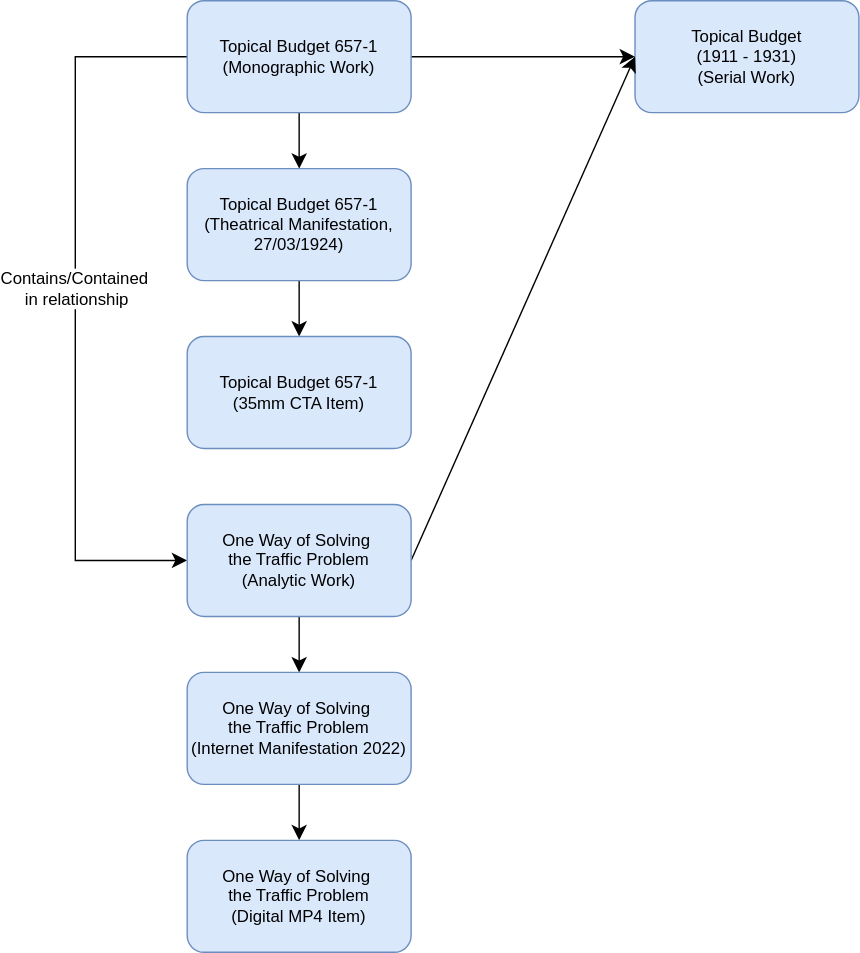
Before: markdown/diagrams/numb_15.drawio.svg, a diagram exported from draw.io (FIAF/fiaf-cataloguing-manual). Source tidied: cells renumbered, new cells last; positions are measured from the earlier drawing's top-left corner, leaving out a move shared by most shapes. Its diagram source:
```xml
<mxGraphModel>
  <root>
    <mxCell id="0" />
    <mxCell id="1" parent="0" />
    <mxCell id="2" value="&lt;div&gt;Topical Budget&lt;/div&gt;&lt;div&gt;(1911 - 1931)&lt;/div&gt;(Serial Work)" style="rounded=1;whiteSpace=wrap;html=1;fillColor=#dae8fc;strokeColor=#6c8ebf;" parent="1" vertex="1">
      <mxGeometry x="400" width="160" height="80" as="geometry" />
    </mxCell>
    <mxCell id="3" style="edgeStyle=none;curved=1;rounded=0;jettySize=auto;html=1;exitX=0.5;exitY=1;exitDx=0;exitDy=0;entryX=0.5;entryY=0;entryDx=0;entryDy=0;fontSize=12;startSize=8;endSize=8;" parent="1" edge="1" source="7" target="14">
      <mxGeometry relative="1" as="geometry" />
    </mxCell>
    <mxCell id="4" style="edgeStyle=orthogonalEdgeStyle;rounded=0;jettySize=auto;html=1;exitX=0;exitY=0.5;exitDx=0;exitDy=0;entryX=0;entryY=0.5;entryDx=0;entryDy=0;fontSize=12;startSize=8;endSize=8;" parent="1" edge="1" source="7" target="10">
      <mxGeometry relative="1" as="geometry">
        <Array as="points">
          <mxPoint y="40" />
          <mxPoint y="400" />
        </Array>
      </mxGeometry>
    </mxCell>
    <mxCell id="5" value="&lt;div&gt;Contains/Contained&amp;nbsp;&lt;/div&gt;&lt;div&gt;in relationship&lt;/div&gt;" style="edgeLabel;html=1;align=center;verticalAlign=middle;fontSize=12;" parent="4" vertex="1">
      <mxGeometry x="-0.06" y="1" relative="1" as="geometry" />
    </mxCell>
    <mxCell id="6" style="edgeStyle=none;curved=1;rounded=0;jettySize=auto;html=1;exitX=1;exitY=0.5;exitDx=0;exitDy=0;entryX=0;entryY=0.5;entryDx=0;entryDy=0;fontSize=12;startSize=8;endSize=8;" parent="1" edge="1" source="7" target="2">
      <mxGeometry relative="1" as="geometry" />
    </mxCell>
    <mxCell id="7" value="&lt;div&gt;Topical Budget 657-1&lt;/div&gt;(Monographic Work)" style="rounded=1;whiteSpace=wrap;html=1;fillColor=#dae8fc;strokeColor=#6c8ebf;" parent="1" vertex="1">
      <mxGeometry x="80" width="160" height="80" as="geometry" />
    </mxCell>
    <mxCell id="8" style="edgeStyle=none;curved=1;rounded=0;jettySize=auto;html=1;exitX=0.5;exitY=1;exitDx=0;exitDy=0;entryX=0.5;entryY=0;entryDx=0;entryDy=0;fontSize=12;startSize=8;endSize=8;" parent="1" edge="1" source="10" target="12">
      <mxGeometry relative="1" as="geometry" />
    </mxCell>
    <mxCell id="9" style="edgeStyle=none;curved=1;rounded=0;jettySize=auto;html=1;exitX=1;exitY=0.5;exitDx=0;exitDy=0;fontSize=12;startSize=8;endSize=8;" parent="1" edge="1" source="10">
      <mxGeometry relative="1" as="geometry">
        <mxPoint x="400" y="40" as="targetPoint" />
      </mxGeometry>
    </mxCell>
    <mxCell id="10" value="&lt;div&gt;One Way of Solving&amp;nbsp;&lt;/div&gt;&lt;div&gt;the Traffic Problem&lt;/div&gt;(Analytic Work)" style="rounded=1;whiteSpace=wrap;html=1;fillColor=#dae8fc;strokeColor=#6c8ebf;" parent="1" vertex="1">
      <mxGeometry x="80" y="360" width="160" height="80" as="geometry" />
    </mxCell>
    <mxCell id="11" style="edgeStyle=none;curved=1;rounded=0;jettySize=auto;html=1;exitX=0.5;exitY=1;exitDx=0;exitDy=0;fontSize=12;startSize=8;endSize=8;" parent="1" edge="1" source="12" target="16">
      <mxGeometry relative="1" as="geometry" />
    </mxCell>
    <mxCell id="12" value="&lt;div&gt;One Way of Solving&amp;nbsp;&lt;/div&gt;&lt;div&gt;the Traffic Problem&lt;/div&gt;(Internet Manifestation 2022)" style="rounded=1;whiteSpace=wrap;html=1;fillColor=#dae8fc;strokeColor=#6c8ebf;" parent="1" vertex="1">
      <mxGeometry x="80" y="480" width="160" height="80" as="geometry" />
    </mxCell>
    <mxCell id="13" style="edgeStyle=none;curved=1;rounded=0;jettySize=auto;html=1;exitX=0.5;exitY=1;exitDx=0;exitDy=0;entryX=0.5;entryY=0;entryDx=0;entryDy=0;fontSize=12;startSize=8;endSize=8;" parent="1" edge="1" source="14" target="15">
      <mxGeometry relative="1" as="geometry" />
    </mxCell>
    <mxCell id="14" value="&lt;div&gt;Topical Budget 657-1&lt;/div&gt;(Theatrical Manifestation, 27/03/1924)" style="rounded=1;whiteSpace=wrap;html=1;fillColor=#dae8fc;strokeColor=#6c8ebf;" parent="1" vertex="1">
      <mxGeometry x="80" y="120" width="160" height="80" as="geometry" />
    </mxCell>
    <mxCell id="15" value="&lt;div&gt;Topical Budget 657-1&lt;/div&gt;(35mm CTA Item)" style="rounded=1;whiteSpace=wrap;html=1;fillColor=#dae8fc;strokeColor=#6c8ebf;" parent="1" vertex="1">
      <mxGeometry x="80" y="240" width="160" height="80" as="geometry" />
    </mxCell>
    <mxCell id="16" value="&lt;div&gt;One Way of Solving&amp;nbsp;&lt;/div&gt;&lt;div&gt;the Traffic Problem&lt;/div&gt;(Digital MP4 Item)" style="rounded=1;whiteSpace=wrap;html=1;fillColor=#dae8fc;strokeColor=#6c8ebf;" parent="1" vertex="1">
      <mxGeometry x="80" y="600" width="160" height="80" as="geometry" />
    </mxCell>
  </root>
</mxGraphModel>
```
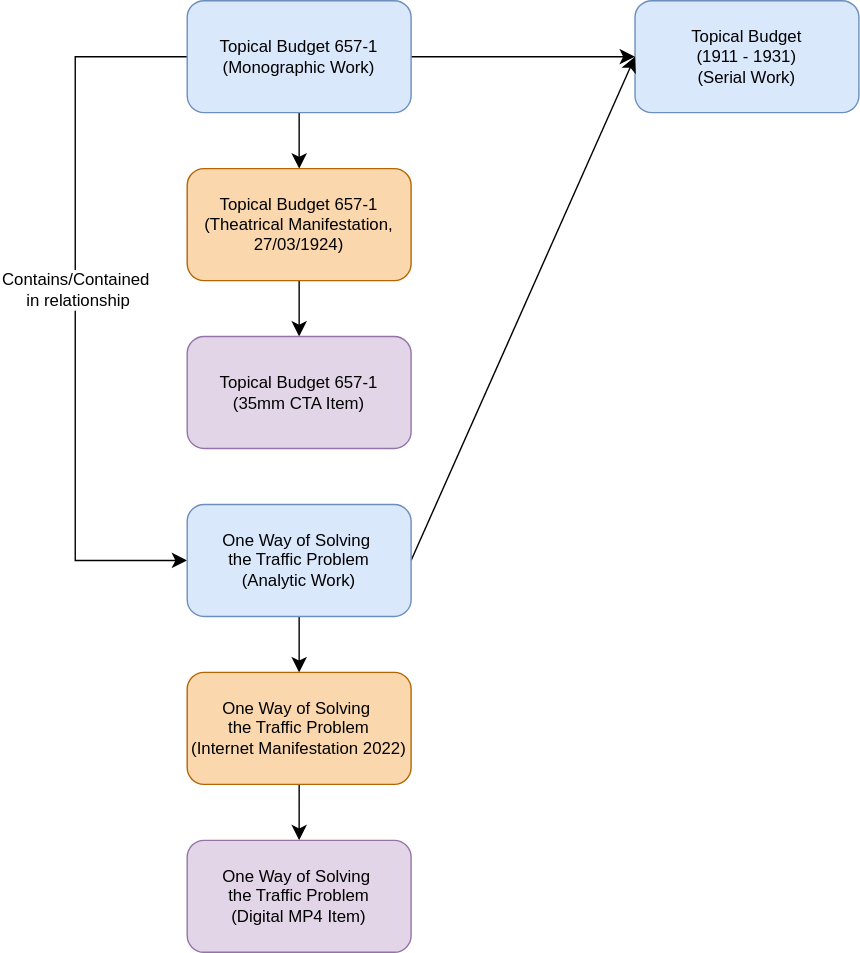
Later version of the same file.

Diff of the diagram source:
```diff
@@ -28,30 +28,30 @@
     <mxCell id="8" style="edgeStyle=none;curved=1;rounded=0;jettySize=auto;html=1;exitX=0.5;exitY=1;exitDx=0;exitDy=0;entryX=0.5;entryY=0;entryDx=0;entryDy=0;fontSize=12;startSize=8;endSize=8;" parent="1" edge="1" source="10" target="12">
       <mxGeometry relative="1" as="geometry" />
     </mxCell>
-    <mxCell id="9" style="edgeStyle=none;curved=1;rounded=0;jettySize=auto;html=1;exitX=1;exitY=0.5;exitDx=0;exitDy=0;fontSize=12;startSize=8;endSize=8;" parent="1" edge="1" source="10">
-      <mxGeometry relative="1" as="geometry">
-        <mxPoint x="400" y="40" as="targetPoint" />
-      </mxGeometry>
-    </mxCell>
+    <mxCell id="17" style="edgeStyle=none;curved=1;rounded=0;jettySize=auto;html=1;exitX=1;exitY=0.5;exitDx=0;exitDy=0;fontSize=12;startSize=8;endSize=8;" parent="1" edge="1" source="10">
+      <mxGeometry relative="1" as="geometry">
+        <mxPoint x="400" y="40" as="targetPoint" />
+      </mxGeometry>
+    </mxCell>
     <mxCell id="10" value="&lt;div&gt;One Way of Solving&amp;nbsp;&lt;/div&gt;&lt;div&gt;the Traffic Problem&lt;/div&gt;(Analytic Work)" style="rounded=1;whiteSpace=wrap;html=1;fillColor=#dae8fc;strokeColor=#6c8ebf;" parent="1" vertex="1">
       <mxGeometry x="80" y="360" width="160" height="80" as="geometry" />
     </mxCell>
     <mxCell id="11" style="edgeStyle=none;curved=1;rounded=0;jettySize=auto;html=1;exitX=0.5;exitY=1;exitDx=0;exitDy=0;fontSize=12;startSize=8;endSize=8;" parent="1" edge="1" source="12" target="16">
       <mxGeometry relative="1" as="geometry" />
     </mxCell>
-    <mxCell id="12" value="&lt;div&gt;One Way of Solving&amp;nbsp;&lt;/div&gt;&lt;div&gt;the Traffic Problem&lt;/div&gt;(Internet Manifestation 2022)" style="rounded=1;whiteSpace=wrap;html=1;fillColor=#dae8fc;strokeColor=#6c8ebf;" parent="1" vertex="1">
+    <mxCell id="12" value="&lt;div&gt;One Way of Solving&amp;nbsp;&lt;/div&gt;&lt;div&gt;the Traffic Problem&lt;/div&gt;(Internet Manifestation 2022)" style="rounded=1;whiteSpace=wrap;html=1;fillColor=#fad7ac;strokeColor=#b46504;" parent="1" vertex="1">
       <mxGeometry x="80" y="480" width="160" height="80" as="geometry" />
     </mxCell>
     <mxCell id="13" style="edgeStyle=none;curved=1;rounded=0;jettySize=auto;html=1;exitX=0.5;exitY=1;exitDx=0;exitDy=0;entryX=0.5;entryY=0;entryDx=0;entryDy=0;fontSize=12;startSize=8;endSize=8;" parent="1" edge="1" source="14" target="15">
       <mxGeometry relative="1" as="geometry" />
     </mxCell>
-    <mxCell id="14" value="&lt;div&gt;Topical Budget 657-1&lt;/div&gt;(Theatrical Manifestation, 27/03/1924)" style="rounded=1;whiteSpace=wrap;html=1;fillColor=#dae8fc;strokeColor=#6c8ebf;" parent="1" vertex="1">
+    <mxCell id="14" value="&lt;div&gt;Topical Budget 657-1&lt;/div&gt;(Theatrical Manifestation, 27/03/1924)" style="rounded=1;whiteSpace=wrap;html=1;fillColor=#fad7ac;strokeColor=#b46504;" parent="1" vertex="1">
       <mxGeometry x="80" y="120" width="160" height="80" as="geometry" />
     </mxCell>
-    <mxCell id="15" value="&lt;div&gt;Topical Budget 657-1&lt;/div&gt;(35mm CTA Item)" style="rounded=1;whiteSpace=wrap;html=1;fillColor=#dae8fc;strokeColor=#6c8ebf;" parent="1" vertex="1">
+    <mxCell id="15" value="&lt;div&gt;Topical Budget 657-1&lt;/div&gt;(35mm CTA Item)" style="rounded=1;whiteSpace=wrap;html=1;fillColor=#e1d5e7;strokeColor=#9673a6;" parent="1" vertex="1">
       <mxGeometry x="80" y="240" width="160" height="80" as="geometry" />
     </mxCell>
-    <mxCell id="16" value="&lt;div&gt;One Way of Solving&amp;nbsp;&lt;/div&gt;&lt;div&gt;the Traffic Problem&lt;/div&gt;(Digital MP4 Item)" style="rounded=1;whiteSpace=wrap;html=1;fillColor=#dae8fc;strokeColor=#6c8ebf;" parent="1" vertex="1">
+    <mxCell id="16" value="&lt;div&gt;One Way of Solving&amp;nbsp;&lt;/div&gt;&lt;div&gt;the Traffic Problem&lt;/div&gt;(Digital MP4 Item)" style="rounded=1;whiteSpace=wrap;html=1;fillColor=#e1d5e7;strokeColor=#9673a6;" parent="1" vertex="1">
       <mxGeometry x="80" y="600" width="160" height="80" as="geometry" />
     </mxCell>
   </root>
```
